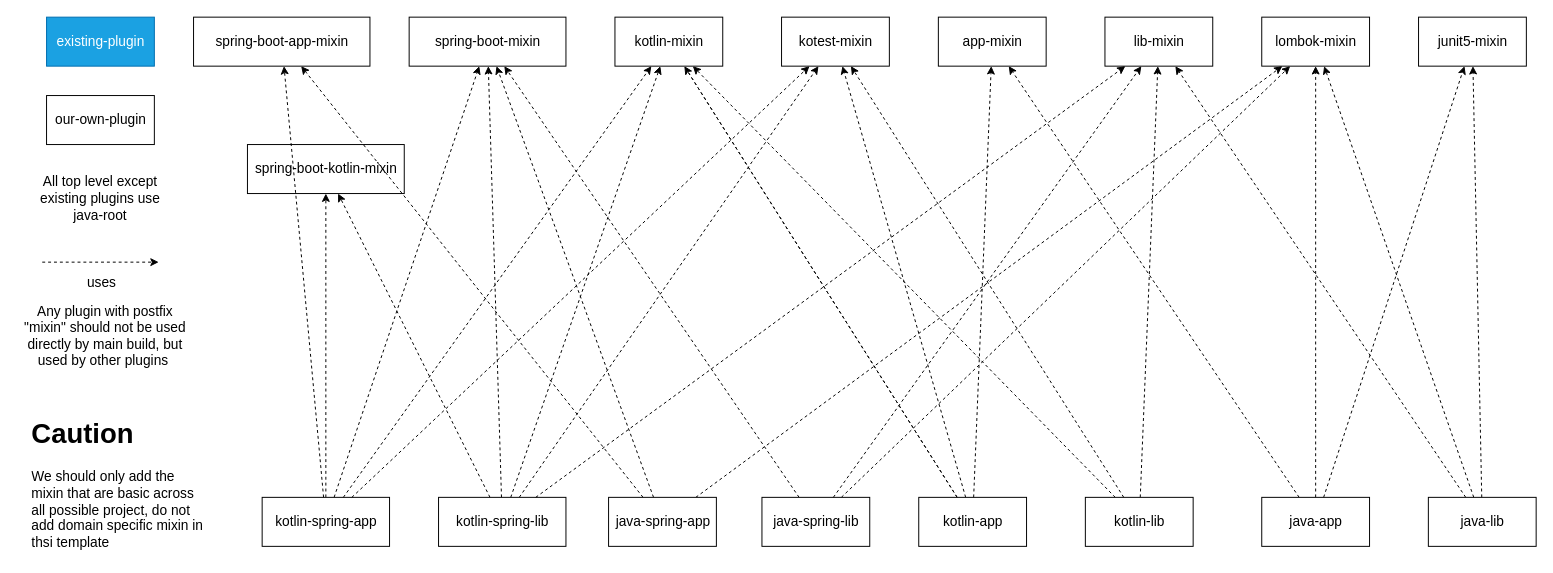
The draw.io diagram gradle/plugins/gradle plugins structure.drawio in CXwudi/modern-gradle-template, before the edit. Source tidied: cells renumbered, new cells numbered last; positions are measured from the earlier drawing's top-left corner, leaving out a move shared by most shapes. Both pictures are drawn from the tidied source at 98%, with x=0, y=0 at pixel (17, 17).
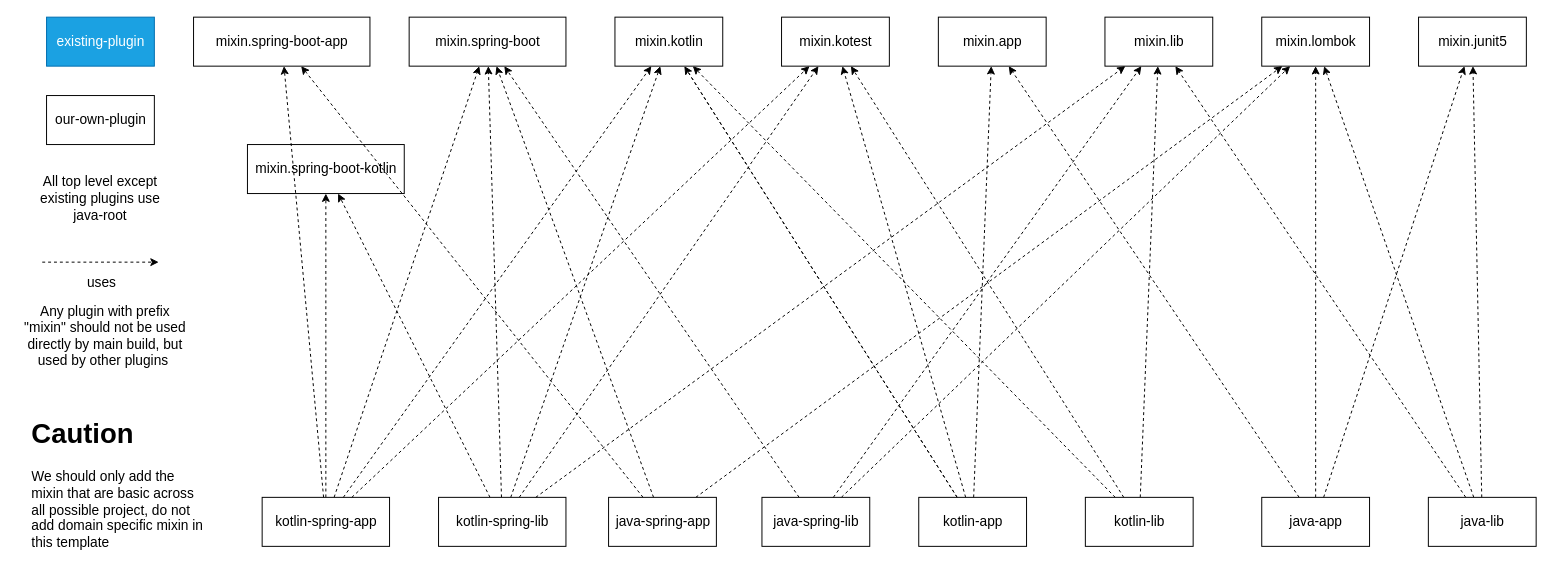
The same page after the edit.

Change to the diagram source:
```diff
@@
-    <mxCell id="2" value="spring-boot-kotlin-mixin" style="html=1;fontSize=14;" parent="1" vertex="1">
+    <mxCell id="2" value="mixin.spring-boot-kotlin" style="html=1;fontSize=14;" parent="1" vertex="1">
       <mxGeometry x="235" y="130" width="160" height="50" as="geometry" />
     </mxCell>
@@
-    <mxCell id="11" value="junit5-mixin" style="html=1;fontSize=14;" parent="1" vertex="1">
+    <mxCell id="11" value="mixin.junit5" style="html=1;fontSize=14;" parent="1" vertex="1">
       <mxGeometry x="1430" width="110" height="50" as="geometry" />
     </mxCell>
-    <mxCell id="12" value="lombok-mixin" style="html=1;fontSize=14;" parent="1" vertex="1">
+    <mxCell id="12" value="mixin.lombok" style="html=1;fontSize=14;" parent="1" vertex="1">
       <mxGeometry x="1270" width="110" height="50" as="geometry" />
     </mxCell>
-    <mxCell id="13" value="app-mixin" style="html=1;fontSize=14;" parent="1" vertex="1">
+    <mxCell id="13" value="mixin.app" style="html=1;fontSize=14;" parent="1" vertex="1">
       <mxGeometry x="940" width="110" height="50" as="geometry" />
     </mxCell>
-    <mxCell id="14" value="lib-mixin" style="html=1;fontSize=14;" parent="1" vertex="1">
+    <mxCell id="14" value="mixin.lib" style="html=1;fontSize=14;" parent="1" vertex="1">
       <mxGeometry x="1110" width="110" height="50" as="geometry" />
     </mxCell>
@@
-    <mxCell id="40" value="spring-boot-mixin" style="html=1;fontSize=14;" parent="1" vertex="1">
+    <mxCell id="40" value="mixin.spring-boot" style="html=1;fontSize=14;" parent="1" vertex="1">
       <mxGeometry x="400" width="160" height="50" as="geometry" />
     </mxCell>
@@
-    <mxCell id="43" value="kotlin-mixin" style="html=1;fontSize=14;" parent="1" vertex="1">
+    <mxCell id="43" value="mixin.kotlin" style="html=1;fontSize=14;" parent="1" vertex="1">
       <mxGeometry x="610" width="110" height="50" as="geometry" />
     </mxCell>
@@
-    <mxCell id="49" value="kotest-mixin" style="html=1;fontSize=14;" parent="1" vertex="1">
+    <mxCell id="49" value="mixin.kotest" style="html=1;fontSize=14;" parent="1" vertex="1">
       <mxGeometry x="780" width="110" height="50" as="geometry" />
     </mxCell>
@@
-    <mxCell id="52" value="Any plugin with postfix &quot;mixin&quot; should not be used directly by main build, but used by other plugins&amp;nbsp;" style="text;html=1;strokeColor=none;fillColor=none;align=center;verticalAlign=middle;whiteSpace=wrap;rounded=0;fontSize=14;" parent="1" vertex="1">
+    <mxCell id="52" value="Any plugin with prefix &quot;mixin&quot; should not be used directly by main build, but used by other plugins&amp;nbsp;" style="text;html=1;strokeColor=none;fillColor=none;align=center;verticalAlign=middle;whiteSpace=wrap;rounded=0;fontSize=14;" parent="1" vertex="1">
       <mxGeometry y="290" width="180" height="70" as="geometry" />
     </mxCell>
-    <mxCell id="53" value="spring-boot-app-mixin" style="html=1;fontSize=14;" parent="1" vertex="1">
+    <mxCell id="53" value="mixin.spring-boot-app" style="html=1;fontSize=14;" parent="1" vertex="1">
       <mxGeometry x="180" width="180" height="50" as="geometry" />
     </mxCell>
-    <mxCell id="54" value="&lt;h1&gt;Caution&amp;nbsp;&lt;/h1&gt;&lt;p&gt;We should only add the mixin that are basic across all possible project, do not add domain specific mixin in thsi template&amp;nbsp;&lt;/p&gt;" style="text;html=1;strokeColor=none;fillColor=none;spacing=5;spacingTop=-20;whiteSpace=wrap;overflow=hidden;rounded=0;fontFamily=Helvetica;fontSize=14;fontColor=default;" parent="1" vertex="1">
+    <mxCell id="54" value="&lt;h1&gt;Caution&amp;nbsp;&lt;/h1&gt;&lt;p&gt;We should only add the mixin that are basic across all possible project, do not add domain specific mixin in this template&amp;nbsp;&lt;/p&gt;" style="text;html=1;strokeColor=none;fillColor=none;spacing=5;spacingTop=-20;whiteSpace=wrap;overflow=hidden;rounded=0;fontFamily=Helvetica;fontSize=14;fontColor=default;" parent="1" vertex="1">
       <mxGeometry x="10" y="400" width="190" height="150" as="geometry" />
     </mxCell>
```
